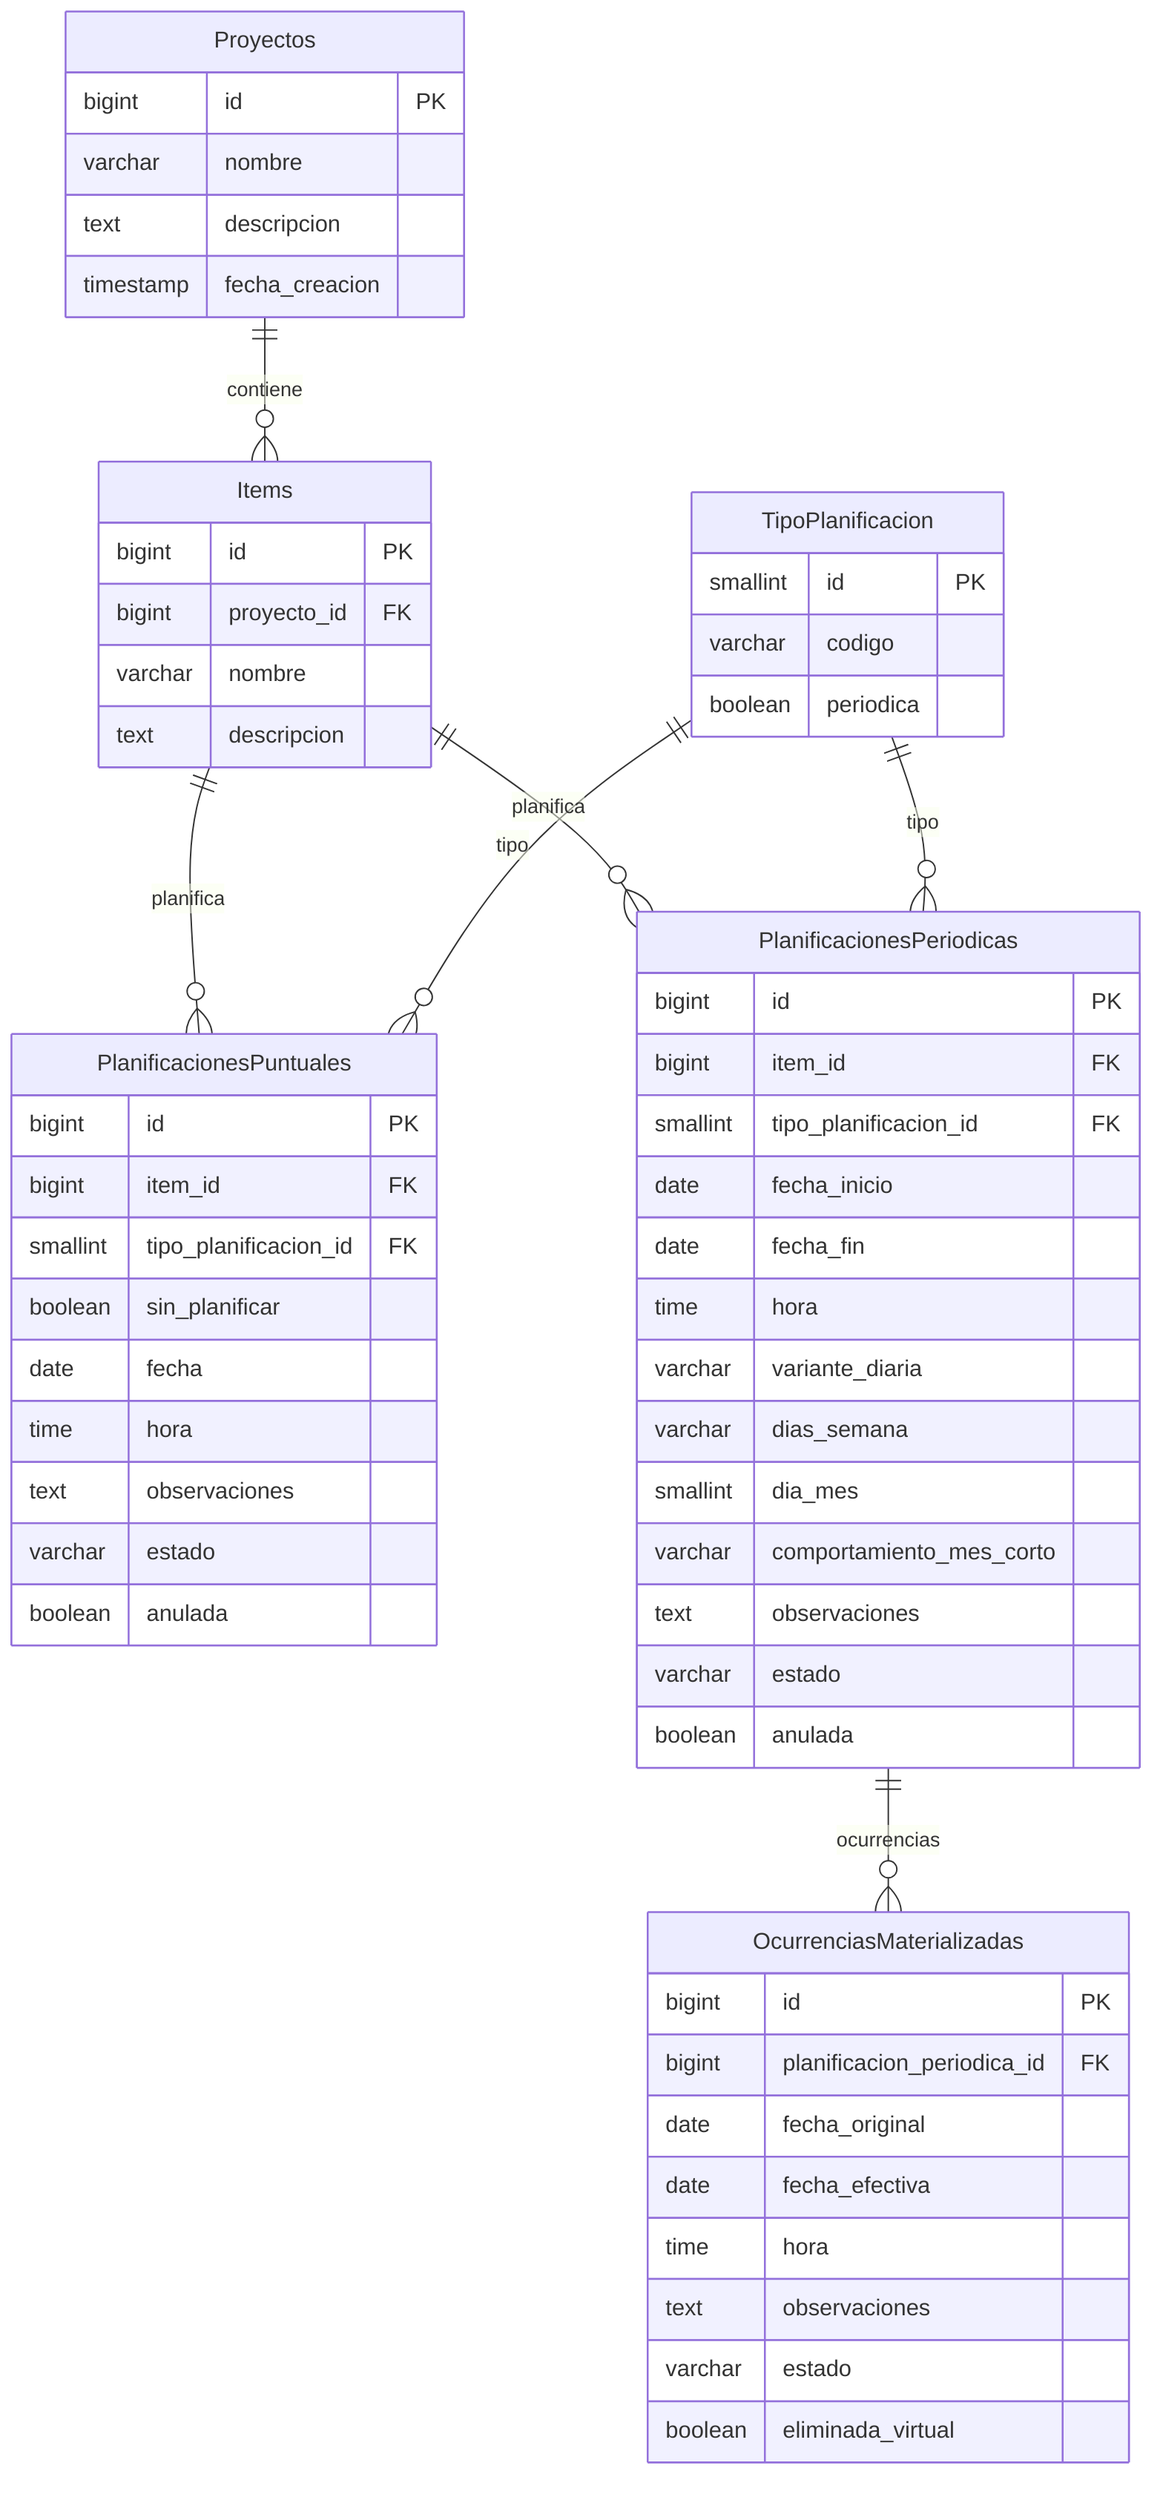
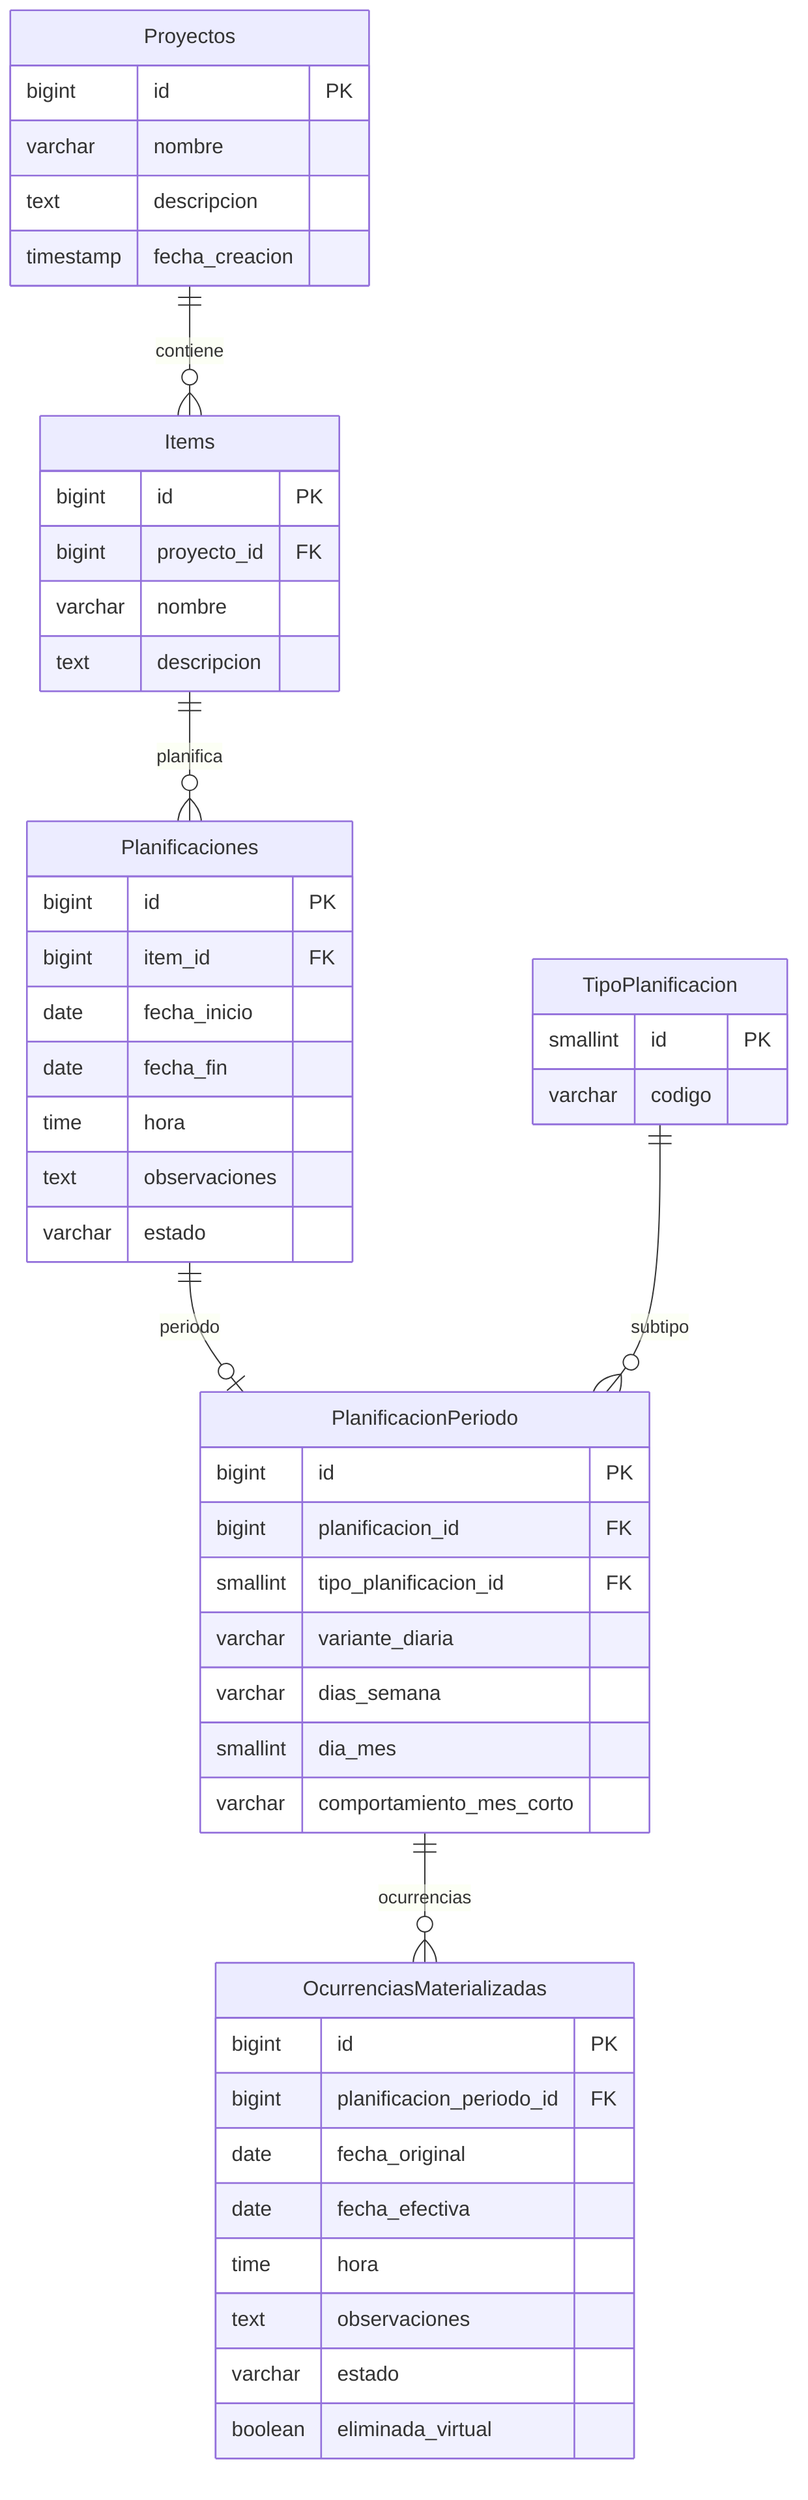
erDiagram
    Proyectos ||--o{ Items : contiene
-     Items ||--o{ PlanificacionesPuntuales : planifica
-     Items ||--o{ PlanificacionesPeriodicas : planifica
+     Items ||--o{ Planificaciones : planifica

-     TipoPlanificacion ||--o{ PlanificacionesPuntuales : tipo
-     TipoPlanificacion ||--o{ PlanificacionesPeriodicas : tipo
+     Planificaciones ||--o| PlanificacionPeriodo : periodo

-     PlanificacionesPeriodicas ||--o{ OcurrenciasMaterializadas : ocurrencias
+     TipoPlanificacion ||--o{ PlanificacionPeriodo : subtipo
+ 
+     PlanificacionPeriodo ||--o{ OcurrenciasMaterializadas : ocurrencias

    Proyectos {
        bigint id PK
        varchar nombre
        text descripcion
        timestamp fecha_creacion
    }

    Items {
        bigint id PK
        bigint proyecto_id FK
        varchar nombre
        text descripcion
    }

+     Planificaciones {
+         bigint id PK
+         bigint item_id FK
+         date fecha_inicio
+         date fecha_fin
+         time hora
+         text observaciones
+         varchar estado
+     }
+ 
    TipoPlanificacion {
        smallint id PK
        varchar codigo
-         boolean periodica
    }

-     PlanificacionesPuntuales {
+     PlanificacionPeriodo {
        bigint id PK
-         bigint item_id FK
+         bigint planificacion_id FK
        smallint tipo_planificacion_id FK
-         boolean sin_planificar
-         date fecha
-         time hora
-         text observaciones
-         varchar estado
-         boolean anulada
-     }
- 
-     PlanificacionesPeriodicas {
-         bigint id PK
-         bigint item_id FK
-         smallint tipo_planificacion_id FK
-         date fecha_inicio
-         date fecha_fin
-         time hora
        varchar variante_diaria
        varchar dias_semana
        smallint dia_mes
        varchar comportamiento_mes_corto
-         text observaciones
-         varchar estado
-         boolean anulada
    }

    OcurrenciasMaterializadas {
        bigint id PK
-         bigint planificacion_periodica_id FK
+         bigint planificacion_periodo_id FK
        date fecha_original
        date fecha_efectiva
        time hora
        text observaciones
        varchar estado
        boolean eliminada_virtual
    }
